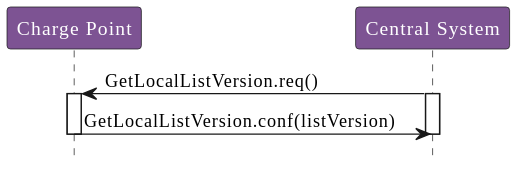
Before: OCPP_1.6/images/figure_31.svg, a diagram exported from PlantUML (phoi5675/ocpp-markdown). Its diagram source:
```plantuml
@startuml
!include style.puml

participant "Charge Point" as ChargePoint
participant "Central System" as CentralSystem

CentralSystem -> ChargePoint : GetLocalListVersion.req()

activate ChargePoint
activate CentralSystem

ChargePoint -> CentralSystem : GetLocalListVersion.conf(listVersion)

deactivate CentralSystem
deactivate ChargePoint
@enduml
```
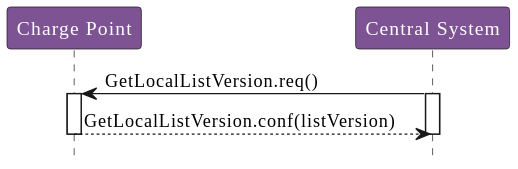
After the change.

Change to the diagram source:
```diff
@@ -5,12 +5,10 @@
 participant "Central System" as CentralSystem
 
 CentralSystem -> ChargePoint : GetLocalListVersion.req()
-
 activate ChargePoint
 activate CentralSystem
 
-ChargePoint -> CentralSystem : GetLocalListVersion.conf(listVersion)
-
+ChargePoint --> CentralSystem : GetLocalListVersion.conf(listVersion)
 deactivate CentralSystem
 deactivate ChargePoint
 @enduml
```
